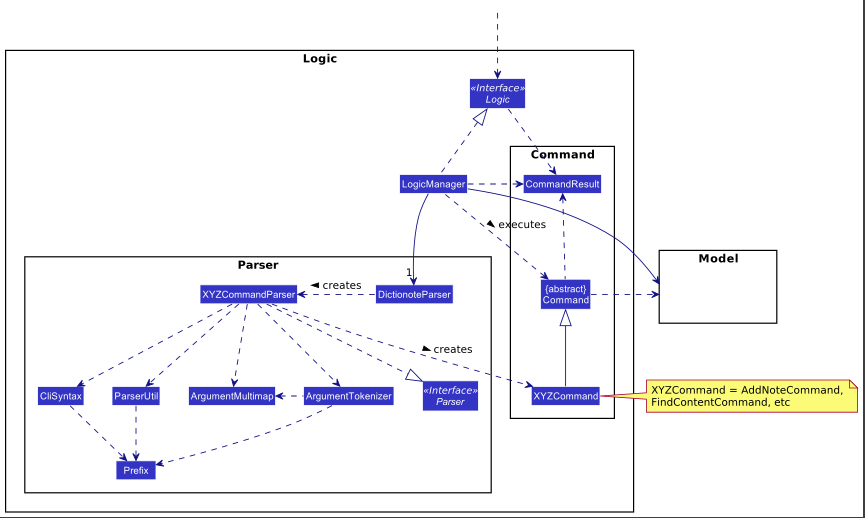
nus-cs2103-AY2021S2/tp keeps this PlantUML diagram as docs/images/LogicClassDiagram.png. Above is the earlier version. Its source is kept beside it as docs/diagrams/LogicClassDiagram.puml.
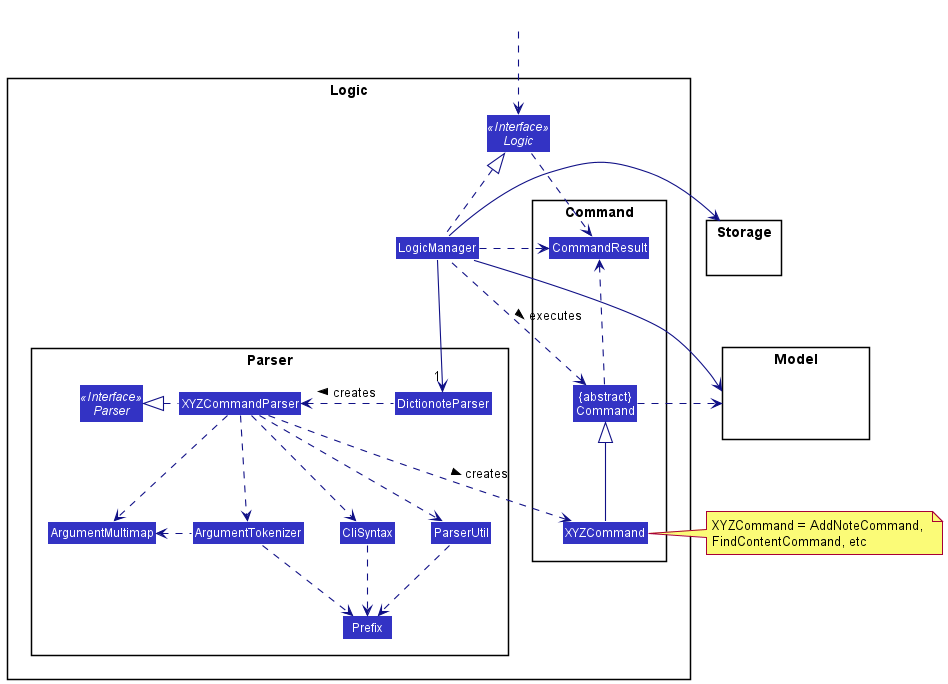
The same diagram one commit later.

Diff of the diagram source:
```diff
@@ -43,7 +43,6 @@
 DictionoteParser .left.> XYZCommandParser: creates >
 
 XYZCommandParser ..> XYZCommand : creates >
-XYZCommandParser ..|> Parser
 XYZCommandParser .left.|> Parser
 XYZCommandParser ..> ArgumentMultimap
 XYZCommandParser ..> ArgumentTokenizer
```
